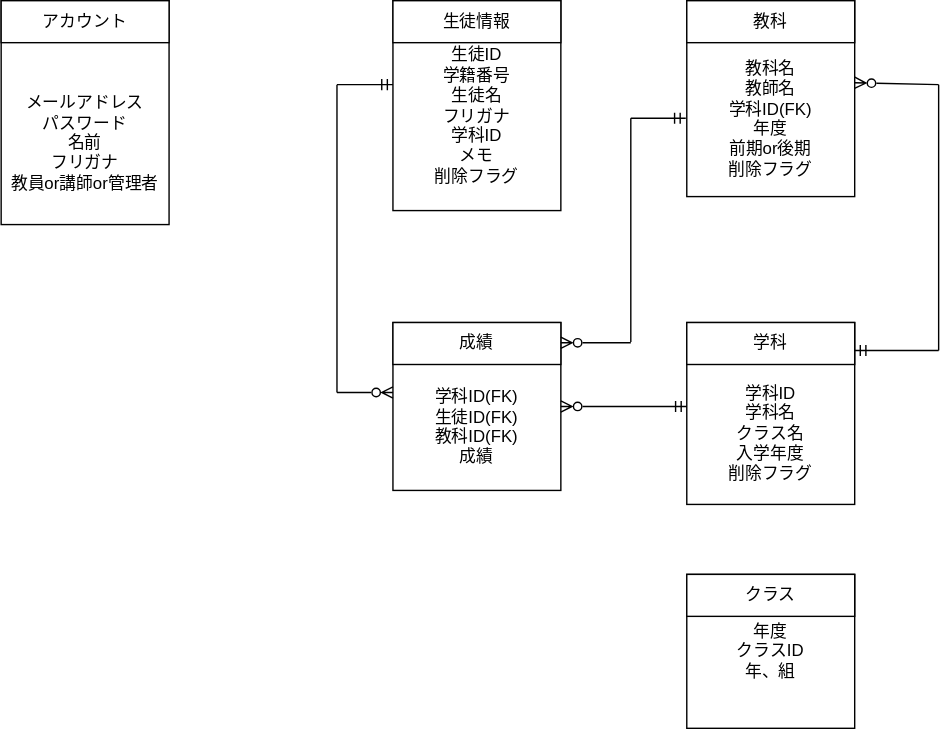
The draw.io diagram b.drawio.svg in nakamachiJP/uml-introduction, before a commit. Source tidied: cells renumbered, new cells last; positions are measured from the earlier drawing's top-left corner, leaving out a move shared by most shapes.
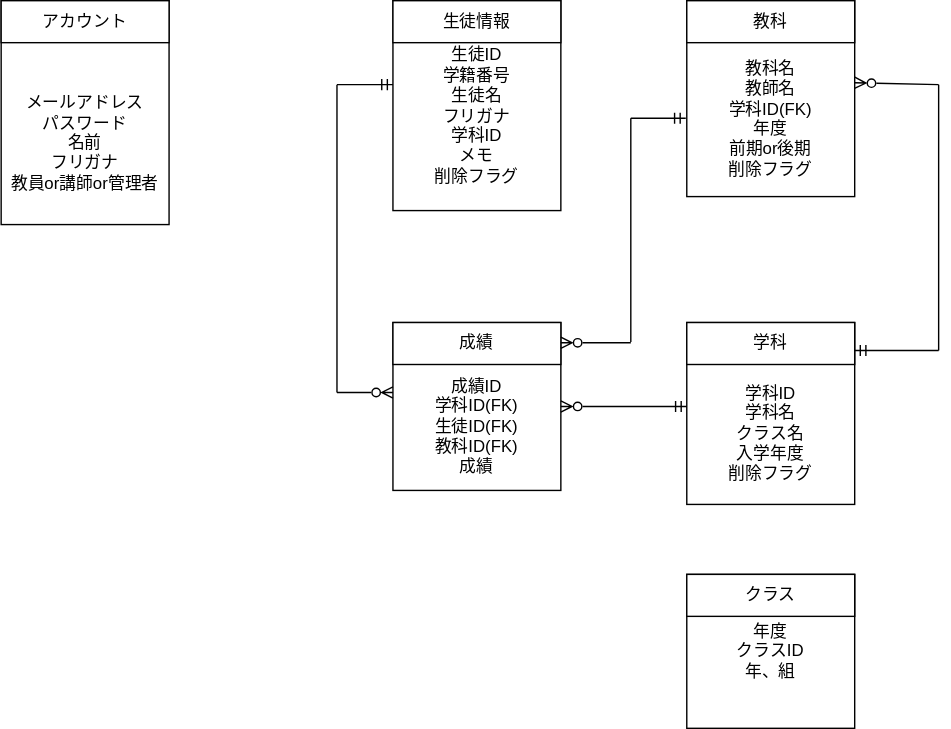
After the change.

Diff of the diagram source:
```diff
@@ -14,7 +14,7 @@
     <mxCell id="5" value="生徒情報" style="rounded=0;whiteSpace=wrap;html=1;" parent="1" vertex="1">
       <mxGeometry x="280" width="120" height="30" as="geometry" />
     </mxCell>
-    <mxCell id="6" value="&lt;br&gt;&lt;br&gt;学科ID(FK)&lt;br&gt;生徒ID(FK)&lt;br&gt;教科ID(FK)&lt;br&gt;成績" style="rounded=0;whiteSpace=wrap;html=1;" parent="1" vertex="1">
+    <mxCell id="6" value="&lt;br&gt;&lt;br&gt;成績ID&lt;br&gt;学科ID(FK)&lt;br&gt;生徒ID(FK)&lt;br&gt;教科ID(FK)&lt;br&gt;成績" style="rounded=0;whiteSpace=wrap;html=1;" parent="1" vertex="1">
       <mxGeometry x="280" y="230" width="120" height="120" as="geometry" />
     </mxCell>
     <mxCell id="7" value="成績" style="rounded=0;whiteSpace=wrap;html=1;" parent="1" vertex="1">
```
